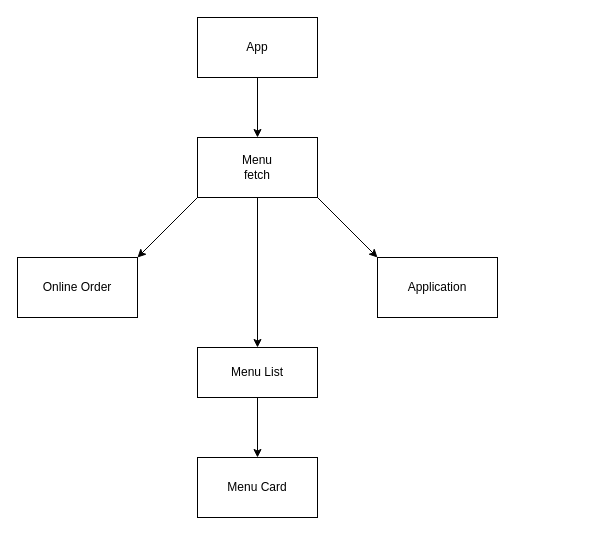
Earlier version of the draw.io diagram my-app/src/frame.drawio (cfish12345/Phase-2-project). Source tidied: cells renumbered, new cells numbered last; positions are measured from the earlier drawing's top-left corner, leaving out a move shared by most shapes. Both pictures are drawn from the tidied source at 100%, with x=0, y=0 at pixel (17, 17).
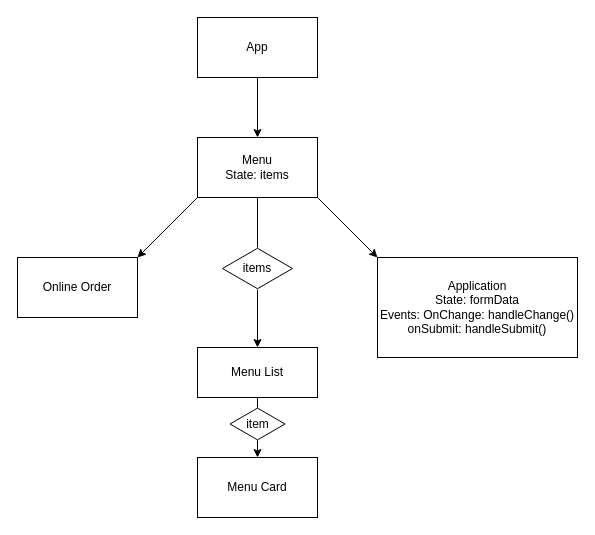
The same diagram, later.

Change to the diagram source:
```diff
@@
 <mxGraphModel>
   <root>
     <mxCell id="0" />
     <mxCell id="1" parent="0" />
     <mxCell id="2" style="edgeStyle=none;html=1;exitX=0;exitY=1;exitDx=0;exitDy=0;entryX=0;entryY=1;entryDx=0;entryDy=0;" parent="1" edge="1" source="5" target="5">
       <mxGeometry relative="1" as="geometry" />
     </mxCell>
     <mxCell id="3" style="edgeStyle=none;html=1;exitX=1;exitY=1;exitDx=0;exitDy=0;entryX=1;entryY=1;entryDx=0;entryDy=0;" parent="1" edge="1" source="5" target="5">
       <mxGeometry relative="1" as="geometry" />
     </mxCell>
     <mxCell id="4" style="edgeStyle=none;html=1;exitX=0.5;exitY=1;exitDx=0;exitDy=0;entryX=0.5;entryY=0;entryDx=0;entryDy=0;" parent="1" edge="1" source="5" target="9">
       <mxGeometry relative="1" as="geometry" />
     </mxCell>
     <mxCell id="5" value="App" style="rounded=0;whiteSpace=wrap;html=1;" parent="1" vertex="1">
       <mxGeometry x="180" width="120" height="60" as="geometry" />
     </mxCell>
     <mxCell id="6" style="edgeStyle=none;html=1;exitX=0;exitY=1;exitDx=0;exitDy=0;entryX=1;entryY=0;entryDx=0;entryDy=0;" parent="1" edge="1" source="9" target="11">
       <mxGeometry relative="1" as="geometry" />
     </mxCell>
     <mxCell id="7" style="edgeStyle=none;html=1;exitX=1;exitY=1;exitDx=0;exitDy=0;entryX=0;entryY=0;entryDx=0;entryDy=0;" parent="1" edge="1" source="9" target="10">
       <mxGeometry relative="1" as="geometry" />
     </mxCell>
-    <mxCell id="8" style="edgeStyle=none;html=1;exitX=0.5;exitY=1;exitDx=0;exitDy=0;" parent="1" edge="1" source="9" target="13">
+    <mxCell id="8" style="edgeStyle=none;html=1;exitX=0.5;exitY=1;exitDx=0;exitDy=0;startArrow=none;" parent="1" edge="1" source="15" target="13">
       <mxGeometry relative="1" as="geometry" />
     </mxCell>
-    <mxCell id="9" value="Menu&lt;br&gt;fetch" style="rounded=0;whiteSpace=wrap;html=1;" parent="1" vertex="1">
+    <mxCell id="9" value="Menu&lt;br&gt;State: items" style="rounded=0;whiteSpace=wrap;html=1;" parent="1" vertex="1">
       <mxGeometry x="180" y="120" width="120" height="60" as="geometry" />
     </mxCell>
-    <mxCell id="10" value="Application" style="rounded=0;whiteSpace=wrap;html=1;" parent="1" vertex="1">
-      <mxGeometry x="360" y="240" width="120" height="60" as="geometry" />
+    <mxCell id="10" value="Application&lt;br&gt;State: formData&lt;br&gt;Events: OnChange: handleChange()&lt;br&gt;onSubmit: handleSubmit()" style="rounded=0;whiteSpace=wrap;html=1;" parent="1" vertex="1">
+      <mxGeometry x="360" y="240" width="200" height="100" as="geometry" />
     </mxCell>
     <mxCell id="11" value="Online Order" style="rounded=0;whiteSpace=wrap;html=1;" parent="1" vertex="1">
       <mxGeometry y="240" width="120" height="60" as="geometry" />
     </mxCell>
-    <mxCell id="12" style="edgeStyle=none;html=1;" parent="1" edge="1" source="13" target="14">
+    <mxCell id="12" style="edgeStyle=none;html=1;startArrow=none;" parent="1" edge="1" source="17" target="14">
       <mxGeometry relative="1" as="geometry" />
     </mxCell>
     <mxCell id="13" value="Menu List" style="rounded=0;whiteSpace=wrap;html=1;" parent="1" vertex="1">
       <mxGeometry x="180" y="330" width="120" height="50" as="geometry" />
     </mxCell>
     <mxCell id="14" value="Menu Card" style="rounded=0;whiteSpace=wrap;html=1;" parent="1" vertex="1">
       <mxGeometry x="180" y="440" width="120" height="60" as="geometry" />
     </mxCell>
+    <mxCell id="15" value="items" style="html=1;whiteSpace=wrap;shape=isoRectangle;" parent="1" vertex="1">
+      <mxGeometry x="205" y="230" width="70" height="42" as="geometry" />
+    </mxCell>
+    <mxCell id="16" style="edgeStyle=none;html=1;exitX=0.5;exitY=1;exitDx=0;exitDy=0;endArrow=none;" parent="1" edge="1" source="9" target="15">
+      <mxGeometry relative="1" as="geometry" />
+    </mxCell>
+    <mxCell id="17" value="item" style="html=1;whiteSpace=wrap;shape=isoRectangle;" parent="1" vertex="1">
+      <mxGeometry x="212.5" y="390" width="55" height="33" as="geometry" />
+    </mxCell>
+    <mxCell id="18" style="edgeStyle=none;html=1;endArrow=none;" parent="1" edge="1" source="13" target="17">
+      <mxGeometry relative="1" as="geometry" />
+    </mxCell>
   </root>
 </mxGraphModel>
```
